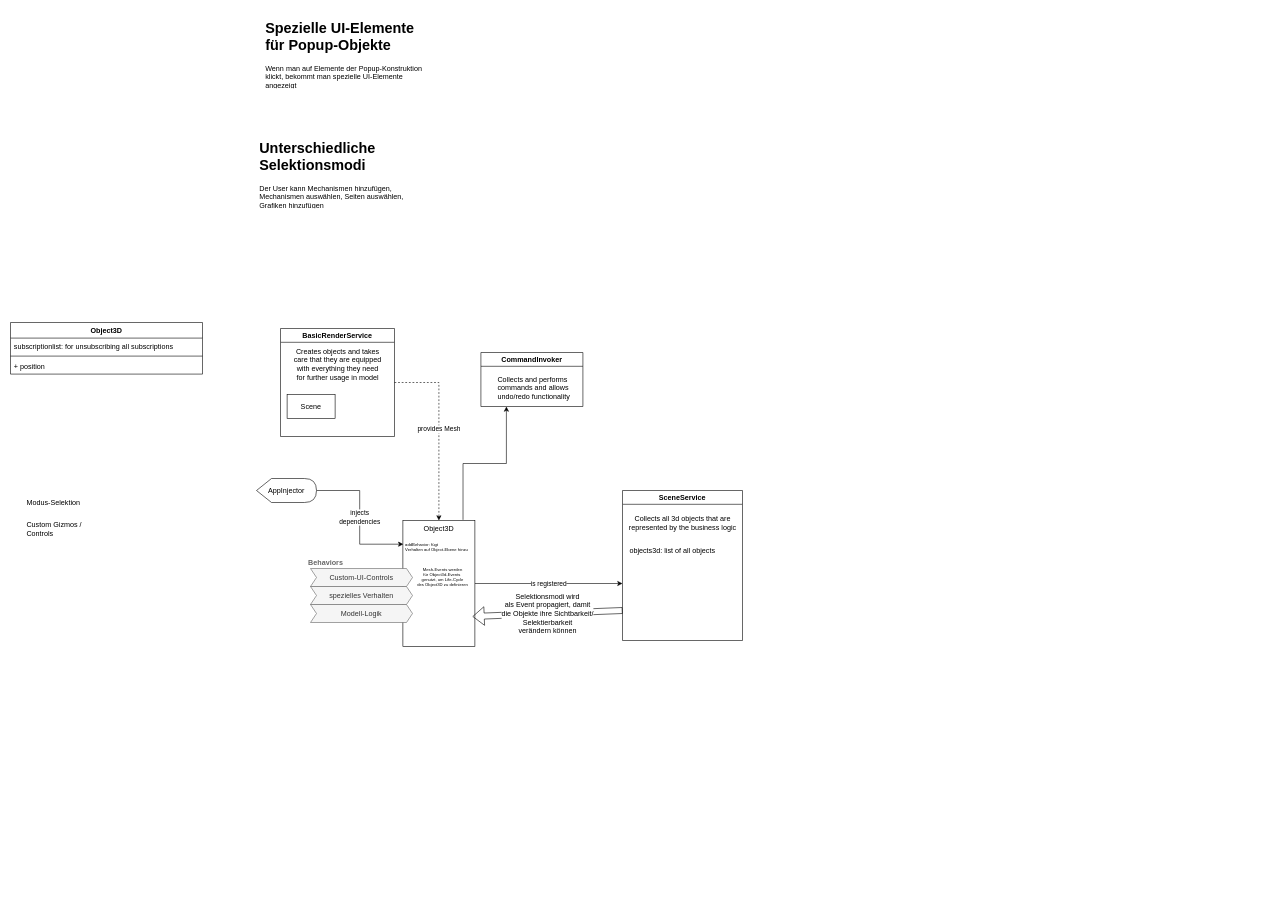
The draw.io diagram doc/architecture.drawio in MartinPyka/popupapp, before the edit. Source tidied: cells renumbered, new cells numbered last; positions are measured from the earlier drawing's top-left corner, leaving out a move shared by most shapes. Both pictures are drawn from the tidied source at 60%, with x=0, y=0 at pixel (10, 16).
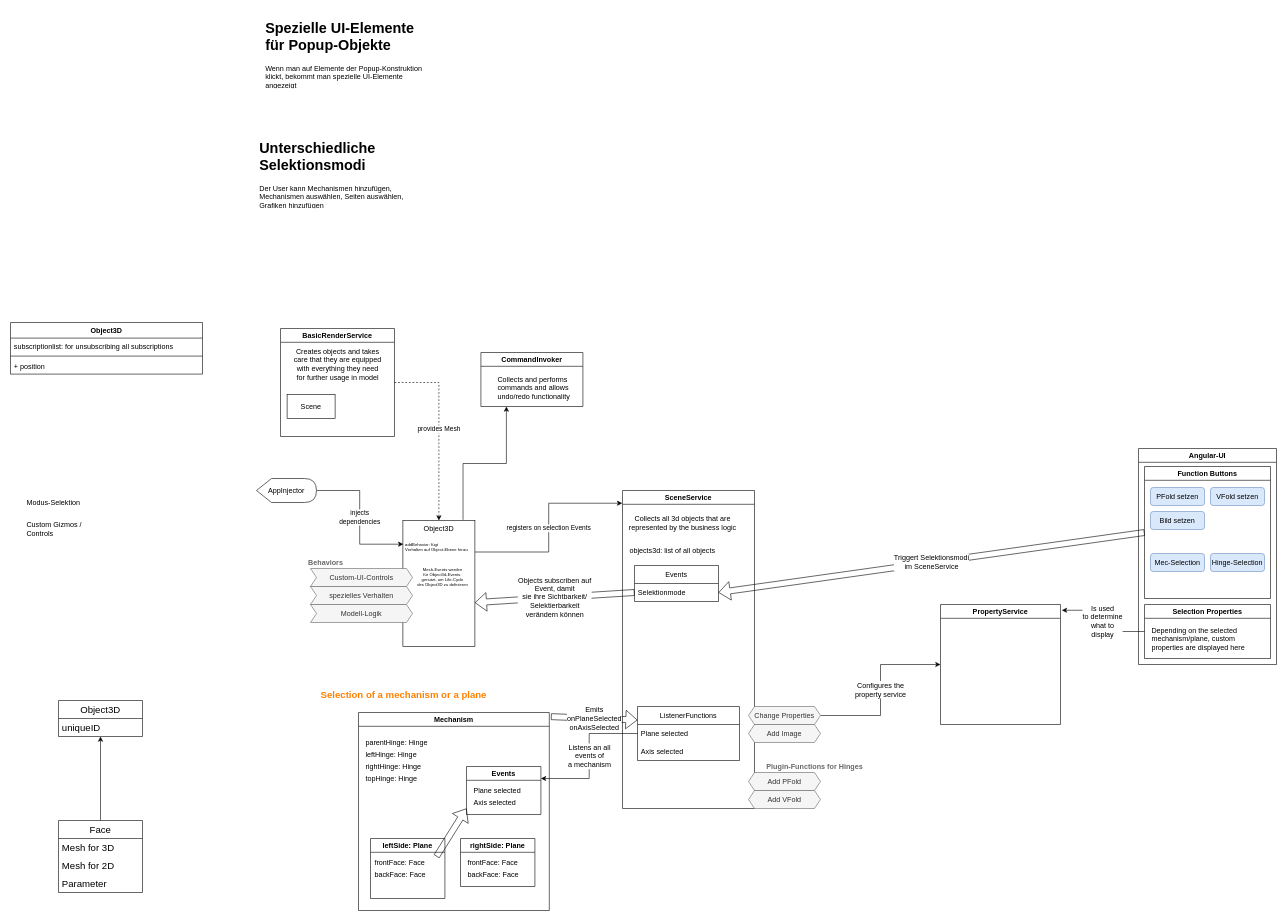
The same page after the edit.

Commit message:
add architecture considerations for handling different use cases of the application

Unchanged cells that the change refers to:
```xml
<mxCell id="9" value="Object3D" style="rounded=0;whiteSpace=wrap;html=1;verticalAlign=top;" parent="1" vertex="1">
  <mxGeometry x="654" y="840" width="120" height="210" as="geometry" />
</mxCell>
```

Diff of the diagram source:
```diff
@@
-    <mxCell id="7" value="is registered" style="edgeStyle=orthogonalEdgeStyle;rounded=0;jettySize=auto;html=1;" parent="1" edge="1" source="9">
-      <mxGeometry relative="1" as="geometry">
-        <mxPoint x="1020" y="945" as="targetPoint" />
-      </mxGeometry>
+    <mxCell id="7" value="registers on selection Events" style="edgeStyle=orthogonalEdgeStyle;rounded=0;jettySize=auto;html=1;exitX=1;exitY=0.25;exitDx=0;exitDy=0;entryX=-0.002;entryY=0.04;entryDx=0;entryDy=0;entryPerimeter=0;" parent="1" edge="1" source="9" target="10">
+      <mxGeometry relative="1" as="geometry" />
     </mxCell>
@@
     <mxCell id="10" value="SceneService" style="swimlane;" parent="1" vertex="1">
-      <mxGeometry x="1020" y="790" width="200" height="250" as="geometry" />
+      <mxGeometry x="1020" y="790" width="220" height="530" as="geometry" />
     </mxCell>
@@
+    <mxCell id="32" value="Events" style="swimlane;fontStyle=0;horizontal=1;startSize=30;" parent="10" vertex="1">
+      <mxGeometry x="20" y="125" width="140" height="60" as="geometry" />
+    </mxCell>
+    <mxCell id="33" value="Selektionmode" style="text;strokeColor=none;fillColor=none;align=left;verticalAlign=middle;spacingLeft=4;spacingRight=4;overflow=hidden;points=[[0,0.5],[1,0.5]];portConstraint=eastwest;" parent="32" vertex="1">
+      <mxGeometry y="30" width="140" height="30" as="geometry" />
+    </mxCell>
+    <mxCell id="34" value="ListenerFunctions" style="swimlane;fontStyle=0;horizontal=1;startSize=30;" parent="10" vertex="1">
+      <mxGeometry x="25" y="360" width="170" height="90" as="geometry" />
+    </mxCell>
+    <mxCell id="35" value="Plane selected" style="text;strokeColor=none;fillColor=none;align=left;verticalAlign=middle;spacingLeft=4;spacingRight=4;overflow=hidden;" parent="34" vertex="1">
+      <mxGeometry y="30" width="170" height="30" as="geometry" />
+    </mxCell>
+    <mxCell id="36" value="Axis selected" style="text;strokeColor=none;fillColor=none;align=left;verticalAlign=middle;spacingLeft=4;spacingRight=4;overflow=hidden;" parent="34" vertex="1">
+      <mxGeometry y="60" width="170" height="30" as="geometry" />
+    </mxCell>
@@
-    <mxCell id="28" value="Selektionsmodi wird&lt;br&gt;als Event propagiert, damit&lt;br&gt;die Objekte ihre Sichtbarkeit/&lt;br&gt;Selektierbarkeit&lt;br&gt;verändern können" style="shape=flexArrow;endArrow=classic;html=1;rounded=0;fontSize=12;fontColor=#000000;entryX=0.967;entryY=0.762;entryDx=0;entryDy=0;entryPerimeter=0;" parent="1" edge="1" target="9">
-      <mxGeometry relative="1" as="geometry">
-        <mxPoint x="1020" y="990" as="sourcePoint" />
-      </mxGeometry>
+    <mxCell id="28" value="Objects subscriben auf&lt;br&gt;Event, damit&lt;br&gt;sie ihre Sichtbarkeit/&lt;br&gt;Selektierbarkeit&lt;br&gt;verändern können" style="shape=flexArrow;endArrow=classic;html=1;rounded=0;fontSize=12;fontColor=#000000;entryX=0.999;entryY=0.652;entryDx=0;entryDy=0;entryPerimeter=0;exitX=0;exitY=0.5;exitDx=0;exitDy=0;" parent="1" edge="1" source="33" target="9">
+      <mxGeometry relative="1" as="geometry" />
     </mxCell>
+    <mxCell id="37" value="Angular-UI" style="swimlane;" parent="1" vertex="1">
+      <mxGeometry x="1880" y="720" width="230" height="360" as="geometry" />
+    </mxCell>
+    <mxCell id="38" value="Function Buttons" style="swimlane;" parent="37" vertex="1">
+      <mxGeometry x="10" y="30" width="210" height="220" as="geometry" />
+    </mxCell>
+    <mxCell id="39" value="PFold setzen" style="rounded=1;whiteSpace=wrap;html=1;fillColor=#dae8fc;strokeColor=#6c8ebf;" parent="38" vertex="1">
+      <mxGeometry x="10" y="35" width="90" height="30" as="geometry" />
+    </mxCell>
+    <mxCell id="40" value="VFold setzen" style="rounded=1;whiteSpace=wrap;html=1;fillColor=#dae8fc;strokeColor=#6c8ebf;" parent="38" vertex="1">
+      <mxGeometry x="110" y="35" width="90" height="30" as="geometry" />
+    </mxCell>
+    <mxCell id="41" value="Bild setzen" style="rounded=1;whiteSpace=wrap;html=1;fillColor=#dae8fc;strokeColor=#6c8ebf;" parent="38" vertex="1">
+      <mxGeometry x="10" y="75" width="90" height="30" as="geometry" />
+    </mxCell>
+    <mxCell id="42" value="Mec-Selection" style="rounded=1;whiteSpace=wrap;html=1;fillColor=#dae8fc;strokeColor=#6c8ebf;" parent="38" vertex="1">
+      <mxGeometry x="10" y="145" width="90" height="30" as="geometry" />
+    </mxCell>
+    <mxCell id="43" value="Hinge-Selection" style="rounded=1;whiteSpace=wrap;html=1;fillColor=#dae8fc;strokeColor=#6c8ebf;" parent="38" vertex="1">
+      <mxGeometry x="110" y="145" width="90" height="30" as="geometry" />
+    </mxCell>
+    <mxCell id="44" value="Selection Properties" style="swimlane;" parent="37" vertex="1">
+      <mxGeometry x="10" y="260" width="210" height="90" as="geometry" />
+    </mxCell>
+    <mxCell id="45" value="Depending on the selected mechanism/plane, custom properties are displayed here" style="text;html=1;strokeColor=none;fillColor=none;align=left;verticalAlign=top;whiteSpace=wrap;rounded=0;" parent="44" vertex="1">
+      <mxGeometry x="10" y="30" width="190" height="60" as="geometry" />
+    </mxCell>
+    <mxCell id="46" value="Triggert Selektionsmodi&lt;br&gt;im SceneService" style="shape=flexArrow;endArrow=classic;html=1;rounded=0;fontSize=12;fontColor=#000000;exitX=0;exitY=0.5;exitDx=0;exitDy=0;entryX=1;entryY=0.5;entryDx=0;entryDy=0;" parent="1" edge="1" source="38" target="33">
+      <mxGeometry relative="1" as="geometry" />
+    </mxCell>
+    <mxCell id="47" value="Mechanism" style="swimlane;" parent="1" vertex="1">
+      <mxGeometry x="580" y="1160" width="318" height="330" as="geometry" />
+    </mxCell>
+    <mxCell id="48" value="leftSide: Plane" style="swimlane;" parent="47" vertex="1">
+      <mxGeometry x="20" y="210" width="124" height="100" as="geometry" />
+    </mxCell>
+    <mxCell id="49" value="frontFace: Face" style="text;html=1;align=left;verticalAlign=middle;strokeColor=none;fillColor=none;" parent="48" vertex="1">
+      <mxGeometry x="5" y="30" width="100" height="20" as="geometry" />
+    </mxCell>
+    <mxCell id="50" value="backFace: Face" style="text;html=1;align=left;verticalAlign=middle;strokeColor=none;fillColor=none;" parent="48" vertex="1">
+      <mxGeometry x="5" y="50" width="100" height="20" as="geometry" />
+    </mxCell>
+    <mxCell id="51" value="rightSide: Plane" style="swimlane;" parent="47" vertex="1">
+      <mxGeometry x="170" y="210" width="124" height="80" as="geometry" />
+    </mxCell>
+    <mxCell id="52" value="frontFace: Face" style="text;html=1;align=left;verticalAlign=middle;strokeColor=none;fillColor=none;" parent="51" vertex="1">
+      <mxGeometry x="10" y="30" width="100" height="20" as="geometry" />
+    </mxCell>
+    <mxCell id="53" value="backFace: Face" style="text;html=1;align=left;verticalAlign=middle;strokeColor=none;fillColor=none;" parent="51" vertex="1">
+      <mxGeometry x="10" y="50" width="100" height="20" as="geometry" />
+    </mxCell>
+    <mxCell id="54" value="parentHinge: Hinge" style="text;html=1;align=left;verticalAlign=middle;strokeColor=none;fillColor=none;" parent="47" vertex="1">
+      <mxGeometry x="10" y="40" width="120" height="20" as="geometry" />
+    </mxCell>
+    <mxCell id="55" value="leftHinge: Hinge" style="text;html=1;align=left;verticalAlign=middle;strokeColor=none;fillColor=none;" parent="47" vertex="1">
+      <mxGeometry x="10" y="60" width="100" height="20" as="geometry" />
+    </mxCell>
+    <mxCell id="56" value="rightHinge: Hinge" style="text;html=1;align=left;verticalAlign=middle;strokeColor=none;fillColor=none;" parent="47" vertex="1">
+      <mxGeometry x="10" y="80" width="110" height="20" as="geometry" />
+    </mxCell>
+    <mxCell id="57" value="topHinge: Hinge" style="text;html=1;align=left;verticalAlign=middle;strokeColor=none;fillColor=none;" parent="47" vertex="1">
+      <mxGeometry x="10" y="100" width="100" height="20" as="geometry" />
+    </mxCell>
+    <mxCell id="58" style="shape=flexArrow;endArrow=classic;html=1;rounded=0;fontSize=16;fontColor=#FF8000;" parent="47" edge="1">
+      <mxGeometry relative="1" as="geometry">
+        <mxPoint x="130" y="240" as="sourcePoint" />
+        <mxPoint x="180" y="160" as="targetPoint" />
+      </mxGeometry>
+    </mxCell>
+    <mxCell id="59" value="Events" style="swimlane;" parent="47" vertex="1">
+      <mxGeometry x="180" y="90" width="124" height="80" as="geometry" />
+    </mxCell>
+    <mxCell id="60" value="Plane selected" style="text;html=1;align=left;verticalAlign=middle;strokeColor=none;fillColor=none;" parent="59" vertex="1">
+      <mxGeometry x="10" y="30" width="90" height="20" as="geometry" />
+    </mxCell>
+    <mxCell id="61" value="Axis selected" style="text;html=1;align=left;verticalAlign=middle;strokeColor=none;fillColor=none;" parent="59" vertex="1">
+      <mxGeometry x="10" y="50" width="90" height="20" as="geometry" />
+    </mxCell>
+    <mxCell id="62" value="Selection of a mechanism or a plane" style="text;html=1;align=center;verticalAlign=middle;strokeColor=none;fillColor=none;fontStyle=1;fontSize=16;fontColor=#FF8000;" parent="1" vertex="1">
+      <mxGeometry x="510" y="1120" width="290" height="20" as="geometry" />
+    </mxCell>
+    <mxCell id="63" style="edgeStyle=orthogonalEdgeStyle;rounded=0;jettySize=auto;html=1;fontSize=16;fontColor=#000000;" parent="1" edge="1" source="64" target="68">
+      <mxGeometry relative="1" as="geometry" />
+    </mxCell>
+    <mxCell id="64" value="Face" style="swimlane;fontStyle=0;horizontal=1;startSize=30;fontSize=16;fontColor=#000000;" parent="1" vertex="1">
+      <mxGeometry x="80" y="1340" width="140" height="120" as="geometry" />
+    </mxCell>
+    <mxCell id="65" value="Mesh for 3D" style="text;strokeColor=none;fillColor=none;align=left;verticalAlign=middle;spacingLeft=4;spacingRight=4;overflow=hidden;fontSize=16;fontColor=#000000;" parent="64" vertex="1">
+      <mxGeometry y="30" width="140" height="30" as="geometry" />
+    </mxCell>
+    <mxCell id="66" value="Mesh for 2D" style="text;strokeColor=none;fillColor=none;align=left;verticalAlign=middle;spacingLeft=4;spacingRight=4;overflow=hidden;fontSize=16;fontColor=#000000;" parent="64" vertex="1">
+      <mxGeometry y="60" width="140" height="30" as="geometry" />
+    </mxCell>
+    <mxCell id="67" value="Parameter" style="text;strokeColor=none;fillColor=none;align=left;verticalAlign=middle;spacingLeft=4;spacingRight=4;overflow=hidden;fontSize=16;fontColor=#000000;" parent="64" vertex="1">
+      <mxGeometry y="90" width="140" height="30" as="geometry" />
+    </mxCell>
+    <mxCell id="68" value="Object3D" style="swimlane;fontStyle=0;horizontal=1;startSize=30;fontSize=16;fontColor=#000000;" parent="1" vertex="1">
+      <mxGeometry x="80" y="1140" width="140" height="60" as="geometry" />
+    </mxCell>
+    <mxCell id="69" value="uniqueID" style="text;strokeColor=none;fillColor=none;align=left;verticalAlign=middle;spacingLeft=4;spacingRight=4;overflow=hidden;fontSize=16;fontColor=#000000;" parent="68" vertex="1">
+      <mxGeometry y="30" width="140" height="30" as="geometry" />
+    </mxCell>
+    <mxCell id="70" value="Emits&lt;br&gt;onPlaneSelected&lt;br&gt;onAxisSelected" style="shape=flexArrow;endArrow=classic;html=1;rounded=0;fontSize=12;fontColor=#000000;exitX=1.009;exitY=0.021;exitDx=0;exitDy=0;exitPerimeter=0;entryX=0;entryY=0.25;entryDx=0;entryDy=0;" parent="1" edge="1" source="47" target="34">
+      <mxGeometry relative="1" as="geometry" />
+    </mxCell>
+    <mxCell id="71" value="Listens an all&lt;br&gt;events of&lt;br&gt;a mechanism" style="edgeStyle=orthogonalEdgeStyle;rounded=0;jettySize=auto;html=1;entryX=1;entryY=0.25;entryDx=0;entryDy=0;fontSize=12;fontColor=#000000;" parent="1" edge="1" source="34" target="59">
+      <mxGeometry relative="1" as="geometry" />
+    </mxCell>
+    <mxCell id="72" value="Add PFold" style="shape=hexagon;perimeter=hexagonPerimeter2;whiteSpace=wrap;html=1;fixedSize=1;fontSize=12;fontColor=#333333;fillColor=#f5f5f5;strokeColor=#666666;size=10;" parent="1" vertex="1">
+      <mxGeometry x="1230" y="1260" width="120" height="30" as="geometry" />
+    </mxCell>
+    <mxCell id="73" value="Add VFold" style="shape=hexagon;perimeter=hexagonPerimeter2;whiteSpace=wrap;html=1;fixedSize=1;fontSize=12;fontColor=#333333;fillColor=#f5f5f5;strokeColor=#666666;size=10;" parent="1" vertex="1">
+      <mxGeometry x="1230" y="1290" width="120" height="30" as="geometry" />
+    </mxCell>
+    <mxCell id="74" value="Plugin-Functions for Hinges" style="text;html=1;align=center;verticalAlign=middle;strokeColor=none;fillColor=none;fontSize=12;fontStyle=1;fontColor=#666666;" parent="1" vertex="1">
+      <mxGeometry x="1250" y="1240" width="180" height="20" as="geometry" />
+    </mxCell>
+    <mxCell id="75" value="Add Image" style="shape=hexagon;perimeter=hexagonPerimeter2;whiteSpace=wrap;html=1;fixedSize=1;fontSize=12;fontColor=#333333;fillColor=#f5f5f5;strokeColor=#666666;size=10;" parent="1" vertex="1">
+      <mxGeometry x="1230" y="1180" width="120" height="30" as="geometry" />
+    </mxCell>
+    <mxCell id="76" value="Configures the&lt;br&gt;property service" style="edgeStyle=orthogonalEdgeStyle;rounded=0;jettySize=auto;html=1;entryX=0;entryY=0.5;entryDx=0;entryDy=0;fontSize=12;fontColor=#000000;" parent="1" edge="1" source="77" target="78">
+      <mxGeometry relative="1" as="geometry" />
+    </mxCell>
+    <mxCell id="77" value="Change Properties" style="shape=hexagon;perimeter=hexagonPerimeter2;whiteSpace=wrap;html=1;fixedSize=1;fontSize=12;fontColor=#333333;fillColor=#f5f5f5;strokeColor=#666666;size=10;" parent="1" vertex="1">
+      <mxGeometry x="1230" y="1150" width="120" height="30" as="geometry" />
+    </mxCell>
+    <mxCell id="78" value="PropertyService" style="swimlane;fontSize=12;fontColor=#000000;" parent="1" vertex="1">
+      <mxGeometry x="1550" y="980" width="200" height="200" as="geometry" />
+    </mxCell>
+    <mxCell id="79" value="Is used&lt;br&gt;to determine&lt;br&gt;what to&lt;br&gt;display" style="edgeStyle=orthogonalEdgeStyle;rounded=0;jettySize=auto;html=1;entryX=1.011;entryY=0.048;entryDx=0;entryDy=0;entryPerimeter=0;fontSize=12;fontColor=#000000;" parent="1" edge="1" source="44" target="78">
+      <mxGeometry relative="1" as="geometry" />
+    </mxCell>
```
